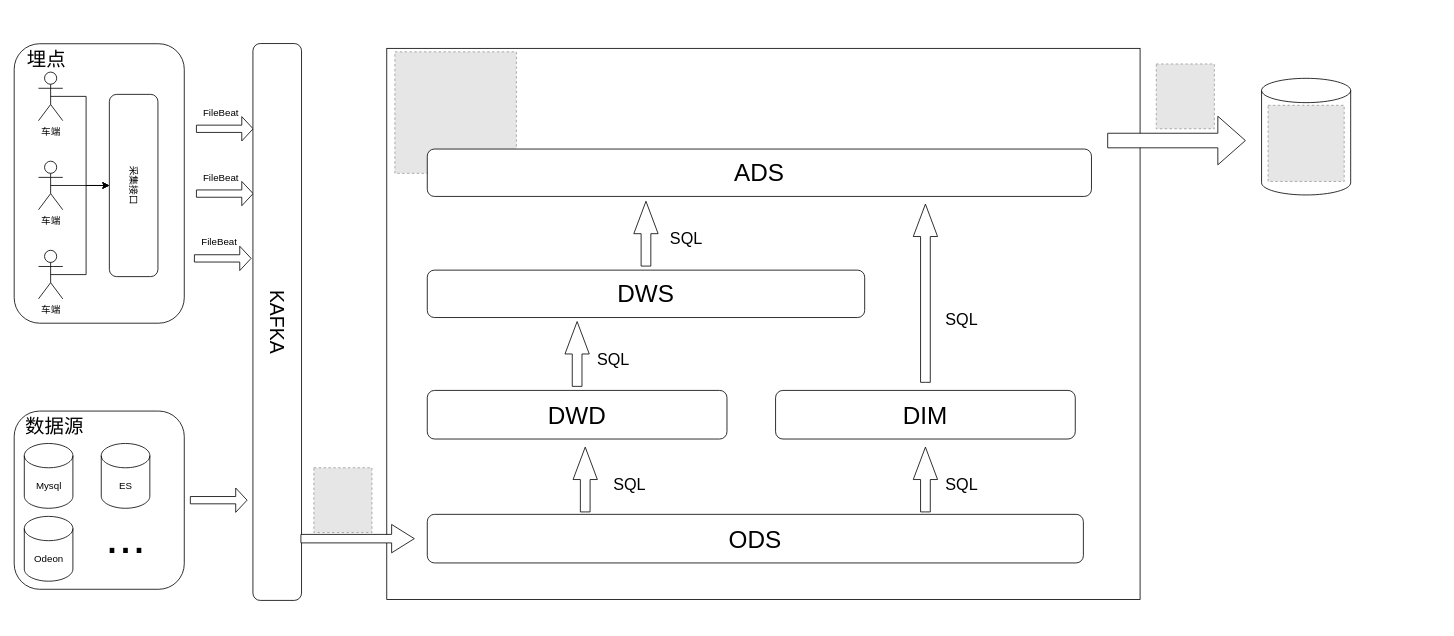
Before: page "第 2 页" (2 of 3) of 数仓方案设计一.drawio in shaozc3g/draw_io, a draw.io diagram. Source tidied: cells renumbered, new cells numbered last; positions are measured from the earlier drawing's top-left corner, leaving out a move shared by most shapes. Both pictures are drawn from the tidied source at 81%, with x=0, y=0 at pixel (-2, 43). Pictures stored in the file or linked from it are replaced by grey dashed boxes.
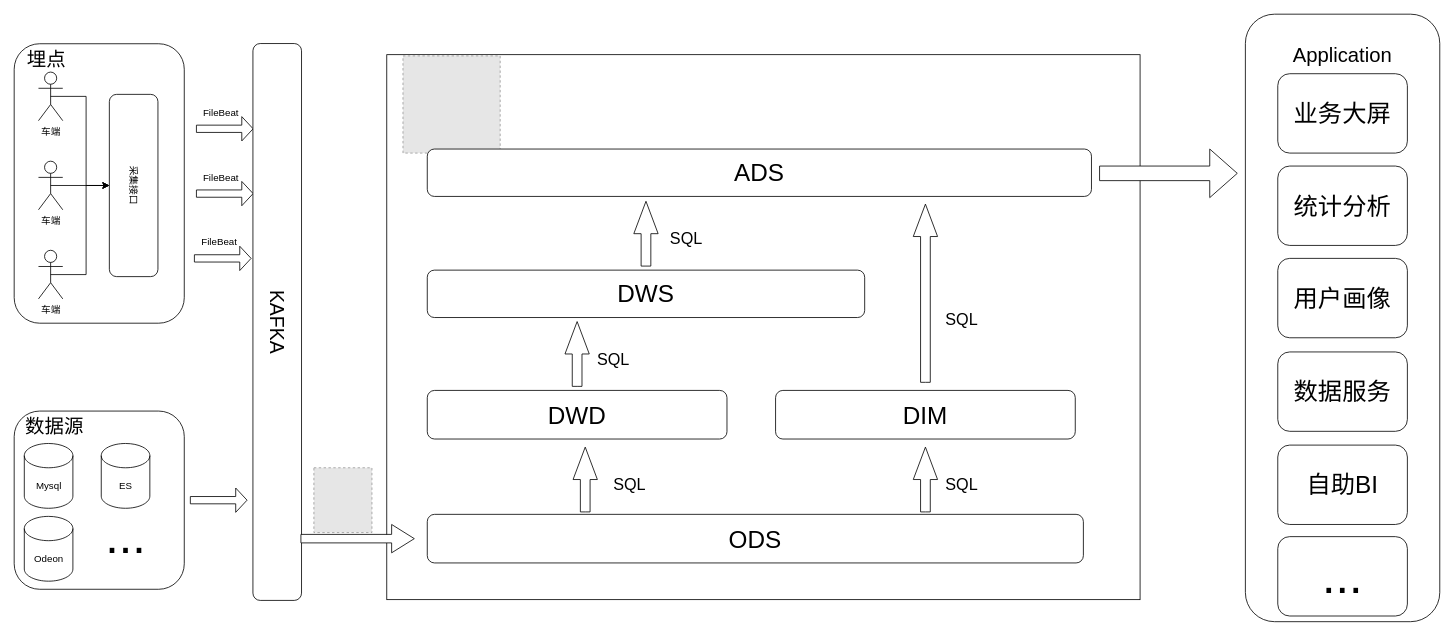
The same page after the edit.

Change to the diagram source:
```diff
@@
     <mxCell id="2" style="rounded=0;whiteSpace=wrap;html=1;" parent="1" vertex="1">
-      <mxGeometry x="479" y="6.2" width="930" height="680.5" as="geometry" />
+      <mxGeometry x="479" y="14" width="930" height="672.8" as="geometry" />
     </mxCell>
@@
     <mxCell id="28" style="fillColor=#E6E6E6;strokeColor=#999999;dashed=1;verticalLabelPosition=bottom;verticalAlign=top;" parent="1" vertex="1">
-      <mxGeometry x="489" y="10.5" width="150" height="150" as="geometry" />
+      <mxGeometry x="499" y="15.5" width="120" height="120" as="geometry" />
     </mxCell>
@@
-    <mxCell id="39" style="shape=cylinder3;whiteSpace=wrap;html=1;boundedLbl=1;backgroundOutline=1;size=15;" parent="1" vertex="1">
-      <mxGeometry x="1559" y="43.2" width="110" height="144" as="geometry" />
-    </mxCell>
     <mxCell id="40" style="shape=singleArrow;whiteSpace=wrap;html=1;" parent="1" vertex="1">
-      <mxGeometry x="1369" y="90" width="170" height="60" as="geometry" />
+      <mxGeometry x="1359" y="130.5" width="170" height="60" as="geometry" />
     </mxCell>
-    <mxCell id="41" style="fillColor=#E6E6E6;strokeColor=#999999;dashed=1;verticalLabelPosition=bottom;verticalAlign=top;" parent="1" vertex="1">
-      <mxGeometry x="1567" y="76.5" width="94" height="94" as="geometry" />
-    </mxCell>
@@
-    <mxCell id="47" style="fillColor=#E6E6E6;strokeColor=#999999;dashed=1;verticalLabelPosition=bottom;verticalAlign=top;" parent="1" vertex="1">
-      <mxGeometry x="1429" y="25.5" width="71.7" height="80" as="geometry" />
-    </mxCell>
+    <mxCell id="48" style="rounded=1;whiteSpace=wrap;html=1;" parent="1" vertex="1">
+      <mxGeometry x="1539" y="-36" width="240" height="750" as="geometry" />
+    </mxCell>
+    <mxCell id="49" value="Application" style="text;html=1;strokeColor=none;fillColor=none;align=center;verticalAlign=middle;whiteSpace=wrap;rounded=0;fontSize=25;" parent="1" vertex="1">
+      <mxGeometry x="1599" y="-6" width="120" height="38" as="geometry" />
+    </mxCell>
+    <mxCell id="50" value="&lt;font style=&quot;font-size: 30px;&quot;&gt;业务大屏&lt;/font&gt;" style="rounded=1;whiteSpace=wrap;html=1;" parent="1" vertex="1">
+      <mxGeometry x="1579" y="37.5" width="160" height="98" as="geometry" />
+    </mxCell>
+    <mxCell id="51" value="&lt;font style=&quot;font-size: 30px;&quot;&gt;统计分析&lt;/font&gt;" style="rounded=1;whiteSpace=wrap;html=1;" parent="1" vertex="1">
+      <mxGeometry x="1579" y="151.5" width="160" height="98" as="geometry" />
+    </mxCell>
+    <mxCell id="52" value="&lt;font style=&quot;font-size: 30px;&quot;&gt;用户画像&lt;/font&gt;" style="rounded=1;whiteSpace=wrap;html=1;" parent="1" vertex="1">
+      <mxGeometry x="1579" y="265.5" width="160" height="98" as="geometry" />
+    </mxCell>
+    <mxCell id="53" value="&lt;font style=&quot;font-size: 30px;&quot;&gt;数据服务&lt;/font&gt;" style="rounded=1;whiteSpace=wrap;html=1;" parent="1" vertex="1">
+      <mxGeometry x="1579" y="381" width="160" height="98" as="geometry" />
+    </mxCell>
+    <mxCell id="54" value="&lt;font style=&quot;font-size: 30px;&quot;&gt;自助BI&lt;/font&gt;" style="rounded=1;whiteSpace=wrap;html=1;" parent="1" vertex="1">
+      <mxGeometry x="1579" y="496" width="160" height="98" as="geometry" />
+    </mxCell>
+    <mxCell id="55" value="&lt;font style=&quot;font-size: 60px;&quot;&gt;...&lt;/font&gt;" style="rounded=1;whiteSpace=wrap;html=1;fontSize=30;" parent="1" vertex="1">
+      <mxGeometry x="1579" y="609" width="160" height="98" as="geometry" />
+    </mxCell>
```
